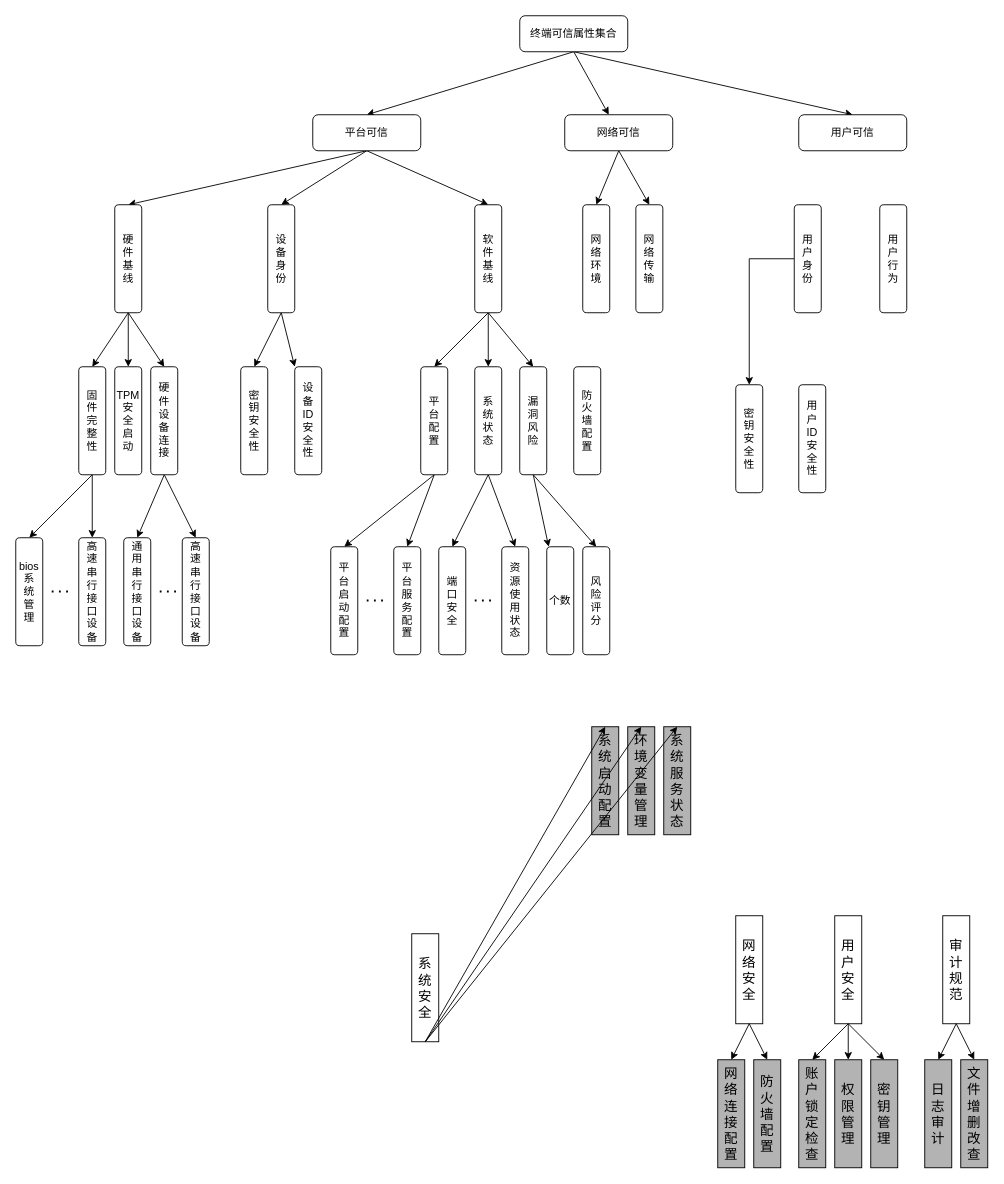
The draw.io diagram testDirectory/终端可信属性集合.drawio in Moose1273/-, before the edit. Source tidied: cells renumbered, new cells numbered last; positions are measured from the earlier drawing's top-left corner, leaving out a move shared by most shapes. Both pictures are drawn from the tidied source at 90%, with x=0, y=0 at pixel (15, 15).
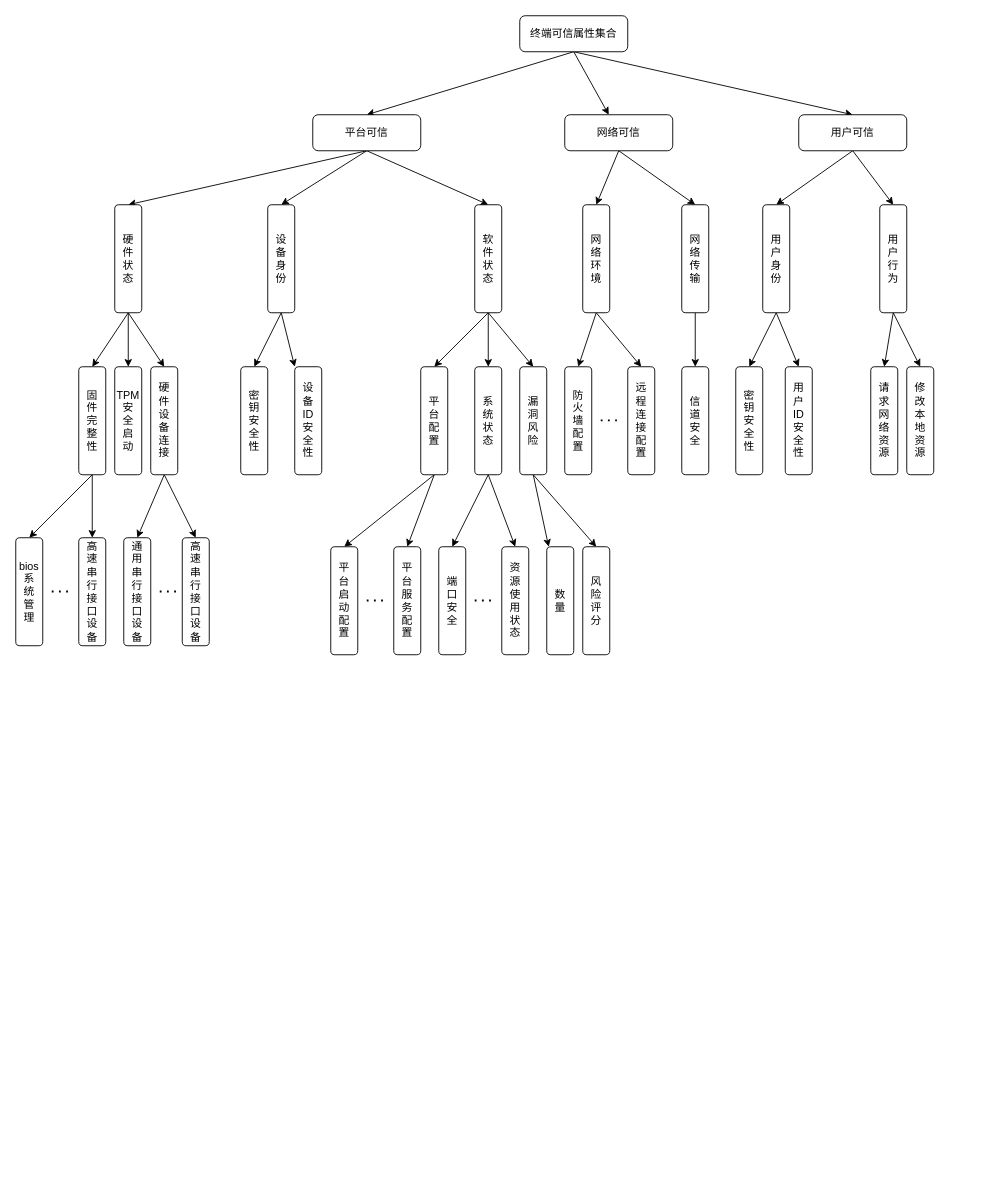
After the change.

Commit message:
更新终端可信属性集合.drawio

The change refers to these unchanged cells:
```xml
<mxCell id="13" value="用户可信" style="rounded=1;whiteSpace=wrap;html=1;" parent="1" vertex="1">
  <mxGeometry x="870" y="110" width="120" height="40" as="geometry" />
</mxCell>
<mxCell id="34" value="网&lt;div&gt;络&lt;/div&gt;&lt;div&gt;环&lt;/div&gt;&lt;div&gt;境&lt;/div&gt;" style="rounded=1;whiteSpace=wrap;html=1;direction=south;" parent="1" vertex="1">
  <mxGeometry x="630" y="210" width="30" height="120" as="geometry" />
</mxCell>
<mxCell id="38" value="用&lt;div&gt;户&lt;/div&gt;&lt;div&gt;行&lt;/div&gt;&lt;div&gt;为&lt;/div&gt;" style="rounded=1;whiteSpace=wrap;html=1;direction=south;" parent="1" vertex="1">
  <mxGeometry x="960" y="210" width="30" height="120" as="geometry" />
</mxCell>
```

Change to the diagram source:
```diff
@@
+    <mxCell id="89" style="rounded=0;jettySize=auto;html=1;exitX=0.5;exitY=1;exitDx=0;exitDy=0;entryX=0;entryY=0.5;entryDx=0;entryDy=0;" parent="1" edge="1" source="13" target="37">
+      <mxGeometry relative="1" as="geometry" />
+    </mxCell>
+    <mxCell id="90" style="rounded=0;jettySize=auto;html=1;exitX=0.5;exitY=1;exitDx=0;exitDy=0;entryX=0;entryY=0.5;entryDx=0;entryDy=0;" parent="1" edge="1" source="13" target="38">
+      <mxGeometry relative="1" as="geometry" />
+    </mxCell>
@@
-    <mxCell id="17" value="软&lt;div&gt;件&lt;/div&gt;&lt;div&gt;基&lt;/div&gt;&lt;div&gt;线&lt;/div&gt;" style="rounded=1;whiteSpace=wrap;html=1;direction=south;" parent="1" vertex="1">
+    <mxCell id="17" value="软&lt;div&gt;件&lt;/div&gt;&lt;div&gt;状&lt;/div&gt;&lt;div&gt;态&lt;/div&gt;" style="rounded=1;whiteSpace=wrap;html=1;direction=south;" parent="1" vertex="1">
       <mxGeometry x="510" y="210" width="30" height="120" as="geometry" />
     </mxCell>
@@
-    <mxCell id="21" value="硬&lt;div&gt;件&lt;/div&gt;&lt;div&gt;基&lt;/div&gt;&lt;div&gt;线&lt;/div&gt;" style="rounded=1;whiteSpace=wrap;html=1;direction=south;" parent="1" vertex="1">
+    <mxCell id="21" value="硬&lt;div&gt;件&lt;/div&gt;&lt;div&gt;状&lt;/div&gt;&lt;div&gt;态&lt;/div&gt;" style="rounded=1;whiteSpace=wrap;html=1;direction=south;" parent="1" vertex="1">
       <mxGeometry x="110" y="210" width="30" height="120" as="geometry" />
     </mxCell>
@@
+    <mxCell id="91" style="rounded=0;jettySize=auto;html=1;exitX=1;exitY=0.5;exitDx=0;exitDy=0;entryX=0;entryY=0.5;entryDx=0;entryDy=0;" parent="1" edge="1" source="34" target="79">
+      <mxGeometry relative="1" as="geometry" />
+    </mxCell>
+    <mxCell id="92" style="rounded=0;jettySize=auto;html=1;exitX=1;exitY=0.5;exitDx=0;exitDy=0;entryX=0;entryY=0.5;entryDx=0;entryDy=0;" parent="1" edge="1" source="34" target="98">
+      <mxGeometry relative="1" as="geometry" />
+    </mxCell>
@@
+    <mxCell id="93" style="rounded=0;jettySize=auto;html=1;exitX=1;exitY=0.5;exitDx=0;exitDy=0;entryX=0;entryY=0.5;entryDx=0;entryDy=0;" parent="1" edge="1" source="35" target="97">
+      <mxGeometry relative="1" as="geometry" />
+    </mxCell>
     <mxCell id="35" value="网&lt;div&gt;络&lt;/div&gt;&lt;div&gt;传&lt;/div&gt;&lt;div&gt;输&lt;/div&gt;" style="rounded=1;whiteSpace=wrap;html=1;direction=south;" parent="1" vertex="1">
-      <mxGeometry x="689" y="210" width="30" height="120" as="geometry" />
+      <mxGeometry x="740" y="210" width="30" height="120" as="geometry" />
     </mxCell>
-    <mxCell id="36" style="edgeStyle=orthogonalEdgeStyle;rounded=0;jettySize=auto;html=1;" parent="1" edge="1" source="37" target="39">
+    <mxCell id="36" style="rounded=0;jettySize=auto;html=1;exitX=1;exitY=0.5;exitDx=0;exitDy=0;entryX=0;entryY=0.5;entryDx=0;entryDy=0;" parent="1" edge="1" source="37" target="39">
       <mxGeometry relative="1" as="geometry" />
     </mxCell>
+    <mxCell id="94" style="rounded=0;jettySize=auto;html=1;exitX=1;exitY=0.5;exitDx=0;exitDy=0;entryX=0;entryY=0.5;entryDx=0;entryDy=0;" parent="1" edge="1" source="37" target="40">
+      <mxGeometry relative="1" as="geometry" />
+    </mxCell>
     <mxCell id="37" value="用&lt;div&gt;户&lt;br&gt;&lt;div&gt;身&lt;/div&gt;&lt;div&gt;份&lt;br&gt;&lt;/div&gt;&lt;/div&gt;" style="rounded=1;whiteSpace=wrap;html=1;direction=south;" parent="1" vertex="1">
-      <mxGeometry x="865" y="210" width="30" height="120" as="geometry" />
+      <mxGeometry x="830" y="210" width="30" height="120" as="geometry" />
     </mxCell>
+    <mxCell id="95" style="rounded=0;jettySize=auto;html=1;exitX=1;exitY=0.5;exitDx=0;exitDy=0;entryX=0;entryY=0.5;entryDx=0;entryDy=0;" parent="1" edge="1" source="38" target="99">
+      <mxGeometry relative="1" as="geometry" />
+    </mxCell>
+    <mxCell id="96" style="rounded=0;jettySize=auto;html=1;exitX=1;exitY=0.5;exitDx=0;exitDy=0;entryX=0;entryY=0.5;entryDx=0;entryDy=0;" parent="1" edge="1" source="38" target="100">
+      <mxGeometry relative="1" as="geometry" />
+    </mxCell>
@@
     <mxCell id="39" value="密&lt;div&gt;钥&lt;/div&gt;&lt;div&gt;安&lt;/div&gt;&lt;div&gt;全&lt;/div&gt;&lt;div&gt;性&lt;/div&gt;" style="rounded=1;whiteSpace=wrap;html=1;direction=south;" parent="1" vertex="1">
-      <mxGeometry x="800" y="410" width="30" height="120" as="geometry" />
+      <mxGeometry x="800" y="390" width="30" height="120" as="geometry" />
     </mxCell>
     <mxCell id="40" value="用&lt;div&gt;户&lt;/div&gt;&lt;div&gt;ID&lt;div&gt;安&lt;/div&gt;&lt;div&gt;全&lt;/div&gt;&lt;div&gt;性&lt;/div&gt;&lt;/div&gt;" style="rounded=1;whiteSpace=wrap;html=1;direction=south;" parent="1" vertex="1">
-      <mxGeometry x="870" y="410" width="30" height="120" as="geometry" />
+      <mxGeometry x="855" y="390" width="30" height="120" as="geometry" />
     </mxCell>
@@
-    <mxCell id="54" value="&lt;font style=&quot;font-size: 15px;&quot;&gt;系统安全&lt;/font&gt;" style="rounded=0;whiteSpace=wrap;html=1;" parent="1" vertex="1">
-      <mxGeometry x="440" y="1020" width="30" height="120" as="geometry" />
-    </mxCell>
-    <mxCell id="55" value="&lt;font style=&quot;font-size: 15px;&quot;&gt;网络安全&lt;/font&gt;" style="rounded=0;whiteSpace=wrap;html=1;" parent="1" vertex="1">
-      <mxGeometry x="800" y="1000" width="30" height="120" as="geometry" />
-    </mxCell>
-    <mxCell id="56" value="&lt;font style=&quot;font-size: 15px;&quot;&gt;用户安全&lt;/font&gt;" style="rounded=0;whiteSpace=wrap;html=1;" parent="1" vertex="1">
-      <mxGeometry x="910" y="1000" width="30" height="120" as="geometry" />
-    </mxCell>
-    <mxCell id="57" value="&lt;span style=&quot;font-size: 15px;&quot;&gt;审计规范&lt;/span&gt;" style="rounded=0;whiteSpace=wrap;html=1;fillColor=#FFFFFF;" parent="1" vertex="1">
-      <mxGeometry x="1030" y="1000" width="30" height="120" as="geometry" />
-    </mxCell>
-    <mxCell id="58" value="&lt;font style=&quot;font-size: 15px;&quot;&gt;系统启动配置&lt;/font&gt;" style="rounded=0;whiteSpace=wrap;html=1;fillColor=#B3B3B3;" parent="1" vertex="1">
-      <mxGeometry x="640" y="790" width="30" height="120" as="geometry" />
-    </mxCell>
-    <mxCell id="59" value="&lt;font style=&quot;font-size: 15px;&quot;&gt;环境变量管理&lt;/font&gt;" style="rounded=0;whiteSpace=wrap;html=1;fillColor=#B3B3B3;" parent="1" vertex="1">
-      <mxGeometry x="680" y="790" width="30" height="120" as="geometry" />
-    </mxCell>
-    <mxCell id="60" value="&lt;font style=&quot;font-size: 15px;&quot;&gt;账户锁定检查&lt;/font&gt;" style="rounded=0;whiteSpace=wrap;html=1;fillColor=#B3B3B3;" parent="1" vertex="1">
-      <mxGeometry x="870" y="1160" width="30" height="120" as="geometry" />
-    </mxCell>
-    <mxCell id="61" value="&lt;font style=&quot;font-size: 15px;&quot;&gt;权限管理&lt;/font&gt;" style="rounded=0;whiteSpace=wrap;html=1;fillColor=#B3B3B3;" parent="1" vertex="1">
-      <mxGeometry x="910" y="1160" width="30" height="120" as="geometry" />
-    </mxCell>
-    <mxCell id="62" value="&lt;font style=&quot;font-size: 15px;&quot;&gt;网络连&lt;br&gt;接配置&lt;/font&gt;" style="rounded=0;whiteSpace=wrap;html=1;fillColor=#B3B3B3;" parent="1" vertex="1">
-      <mxGeometry x="780" y="1160" width="30" height="120" as="geometry" />
-    </mxCell>
-    <mxCell id="63" value="&lt;font style=&quot;font-size: 15px;&quot;&gt;系统服务状态&lt;/font&gt;" style="rounded=0;whiteSpace=wrap;html=1;fillColor=#B3B3B3;" parent="1" vertex="1">
-      <mxGeometry x="720" y="790" width="30" height="120" as="geometry" />
-    </mxCell>
-    <mxCell id="64" value="&lt;span style=&quot;font-size: 15px;&quot;&gt;防火墙配置&lt;/span&gt;" style="rounded=0;whiteSpace=wrap;html=1;fillColor=#B3B3B3;" parent="1" vertex="1">
-      <mxGeometry x="820" y="1160" width="30" height="120" as="geometry" />
-    </mxCell>
-    <mxCell id="65" value="&lt;font style=&quot;font-size: 15px;&quot;&gt;密钥管理&lt;/font&gt;" style="rounded=0;whiteSpace=wrap;html=1;fillColor=#B3B3B3;" parent="1" vertex="1">
-      <mxGeometry x="950" y="1160" width="30" height="120" as="geometry" />
-    </mxCell>
-    <mxCell id="66" style="endArrow=classic;html=1;rounded=0;exitX=0.5;exitY=1;exitDx=0;exitDy=0;entryX=0.5;entryY=0;entryDx=0;entryDy=0;" parent="1" edge="1" source="54" target="58">
-      <mxGeometry relative="1" as="geometry" />
-    </mxCell>
-    <mxCell id="67" style="endArrow=classic;html=1;rounded=0;exitX=0.5;exitY=1;exitDx=0;exitDy=0;entryX=0.5;entryY=0;entryDx=0;entryDy=0;" parent="1" edge="1" source="54" target="59">
-      <mxGeometry relative="1" as="geometry" />
-    </mxCell>
-    <mxCell id="68" style="endArrow=classic;html=1;rounded=0;exitX=0.5;exitY=1;exitDx=0;exitDy=0;entryX=0.5;entryY=0;entryDx=0;entryDy=0;" parent="1" edge="1" source="54" target="63">
-      <mxGeometry relative="1" as="geometry" />
-    </mxCell>
-    <mxCell id="69" style="endArrow=classic;html=1;rounded=0;exitX=0.5;exitY=1;exitDx=0;exitDy=0;entryX=0.5;entryY=0;entryDx=0;entryDy=0;" parent="1" edge="1" source="55" target="62">
-      <mxGeometry relative="1" as="geometry" />
-    </mxCell>
-    <mxCell id="70" style="endArrow=classic;html=1;rounded=0;exitX=0.5;exitY=1;exitDx=0;exitDy=0;entryX=0.5;entryY=0;entryDx=0;entryDy=0;" parent="1" edge="1" source="55" target="64">
-      <mxGeometry relative="1" as="geometry" />
-    </mxCell>
-    <mxCell id="71" style="endArrow=classic;html=1;rounded=0;exitX=0.5;exitY=1;exitDx=0;exitDy=0;entryX=0.5;entryY=0;entryDx=0;entryDy=0;" parent="1" edge="1" source="56" target="60">
-      <mxGeometry relative="1" as="geometry" />
-    </mxCell>
-    <mxCell id="72" style="endArrow=classic;html=1;rounded=0;exitX=0.5;exitY=1;exitDx=0;exitDy=0;entryX=0.5;entryY=0;entryDx=0;entryDy=0;" parent="1" edge="1" source="56" target="61">
-      <mxGeometry relative="1" as="geometry" />
-    </mxCell>
-    <mxCell id="73" style="endArrow=classic;html=1;rounded=0;exitX=0.5;exitY=1;exitDx=0;exitDy=0;entryX=0.5;entryY=0;entryDx=0;entryDy=0;" parent="1" edge="1" source="56" target="65">
-      <mxGeometry relative="1" as="geometry" />
-    </mxCell>
-    <mxCell id="74" value="&lt;font style=&quot;font-size: 15px;&quot;&gt;日志审计&lt;/font&gt;" style="rounded=0;whiteSpace=wrap;html=1;fillColor=#B3B3B3;" parent="1" vertex="1">
-      <mxGeometry x="1010" y="1160" width="30" height="120" as="geometry" />
-    </mxCell>
-    <mxCell id="75" value="&lt;font style=&quot;font-size: 15px;&quot;&gt;文件增删改查&lt;/font&gt;" style="rounded=0;whiteSpace=wrap;html=1;fillColor=#B3B3B3;" parent="1" vertex="1">
-      <mxGeometry x="1050" y="1160" width="30" height="120" as="geometry" />
-    </mxCell>
-    <mxCell id="76" style="endArrow=classic;html=1;rounded=0;exitX=0.5;exitY=1;exitDx=0;exitDy=0;entryX=0.5;entryY=0;entryDx=0;entryDy=0;" parent="1" edge="1" source="57" target="74">
-      <mxGeometry relative="1" as="geometry" />
-    </mxCell>
-    <mxCell id="77" style="endArrow=classic;html=1;rounded=0;exitX=0.5;exitY=1;exitDx=0;exitDy=0;entryX=0.5;entryY=0;entryDx=0;entryDy=0;" parent="1" edge="1" source="57" target="75">
-      <mxGeometry relative="1" as="geometry" />
-    </mxCell>
@@
     <mxCell id="79" value="防&lt;div&gt;火&lt;/div&gt;&lt;div&gt;墙&lt;/div&gt;&lt;div&gt;配&lt;/div&gt;&lt;div&gt;置&lt;/div&gt;" style="rounded=1;whiteSpace=wrap;html=1;direction=south;" parent="1" vertex="1">
-      <mxGeometry x="620" y="390" width="30" height="120" as="geometry" />
+      <mxGeometry x="610" y="390" width="30" height="120" as="geometry" />
     </mxCell>
@@
-    <mxCell id="87" value="个数" style="rounded=1;whiteSpace=wrap;html=1;direction=south;" parent="1" vertex="1">
+    <mxCell id="87" value="数&lt;div&gt;量&lt;/div&gt;" style="rounded=1;whiteSpace=wrap;html=1;direction=south;" parent="1" vertex="1">
       <mxGeometry x="590" y="590" width="30" height="120" as="geometry" />
     </mxCell>
@@
+    <mxCell id="97" value="信&lt;div&gt;道&lt;/div&gt;&lt;div&gt;安&lt;/div&gt;&lt;div&gt;全&lt;/div&gt;" style="rounded=1;whiteSpace=wrap;html=1;direction=south;" parent="1" vertex="1">
+      <mxGeometry x="740" y="390" width="30" height="120" as="geometry" />
+    </mxCell>
+    <mxCell id="98" value="远&lt;div&gt;程&lt;/div&gt;&lt;div&gt;连&lt;/div&gt;&lt;div&gt;接&lt;/div&gt;&lt;div&gt;配&lt;/div&gt;&lt;div&gt;置&lt;/div&gt;" style="rounded=1;whiteSpace=wrap;html=1;direction=south;" parent="1" vertex="1">
+      <mxGeometry x="680" y="390" width="30" height="120" as="geometry" />
+    </mxCell>
+    <mxCell id="99" value="请&lt;div&gt;求&lt;/div&gt;&lt;div&gt;网&lt;div&gt;络&lt;/div&gt;&lt;div&gt;资&lt;/div&gt;&lt;div&gt;源&lt;/div&gt;&lt;/div&gt;" style="rounded=1;whiteSpace=wrap;html=1;direction=south;" parent="1" vertex="1">
+      <mxGeometry x="950" y="390" width="30" height="120" as="geometry" />
+    </mxCell>
+    <mxCell id="100" value="修&lt;div&gt;改&lt;/div&gt;&lt;div&gt;本&lt;/div&gt;&lt;div&gt;地&lt;/div&gt;&lt;div&gt;资&lt;/div&gt;&lt;div&gt;源&lt;/div&gt;" style="rounded=1;whiteSpace=wrap;html=1;direction=south;" parent="1" vertex="1">
+      <mxGeometry x="990" y="390" width="30" height="120" as="geometry" />
+    </mxCell>
+    <mxCell id="101" style="endArrow=none;dashed=1;html=1;dashPattern=1 3;strokeWidth=2;rounded=0;" parent="1" edge="1">
+      <mxGeometry relative="1" as="geometry">
+        <mxPoint x="650" y="449.6" as="sourcePoint" />
+        <mxPoint x="670" y="449.6" as="targetPoint" />
+      </mxGeometry>
+    </mxCell>
```
